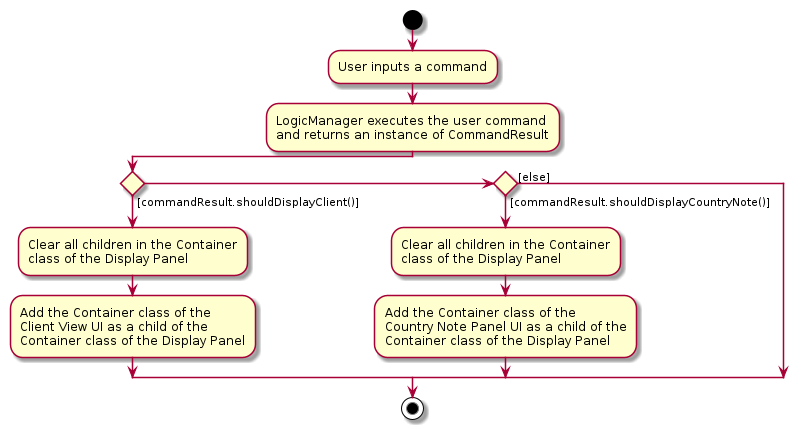
The PlantUML diagram docs/images/CountryNotePanelClientViewActDiag.png in tankangliang/tp, before a commit.
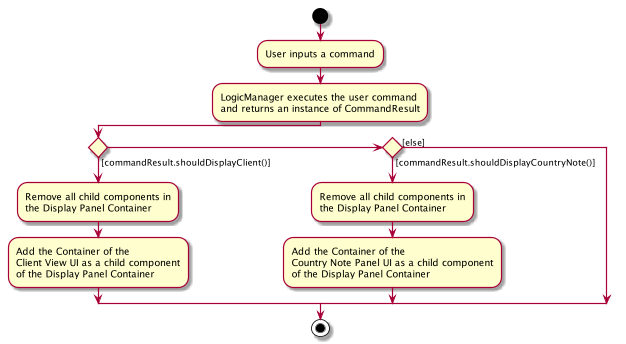
After the change.

Change to the diagram source:
```diff
@@ -7,17 +7,17 @@
 and returns an instance of CommandResult;
 
 if () then ([commandResult.shouldDisplayClient()])
-    :Clear all children in the Container
-    class of the Display Panel;
-    :Add the Container class of the
-    Client View UI as a child of the
-    Container class of the Display Panel;
+    :Remove all child components in
+    the Display Panel Container;
+    :Add the Container of the
+    Client View UI as a child component
+    of the Display Panel Container;
 elseif () then ([commandResult.shouldDisplayCountryNote()])
-    :Clear all children in the Container
-    class of the Display Panel;
-    :Add the Container class of the
-    Country Note Panel UI as a child of the
-    Container class of the Display Panel;
+    :Remove all child components in
+    the Display Panel Container;
+    :Add the Container of the
+    Country Note Panel UI as a child component
+    of the Display Panel Container;
 else ([else])
 
 endif
```
